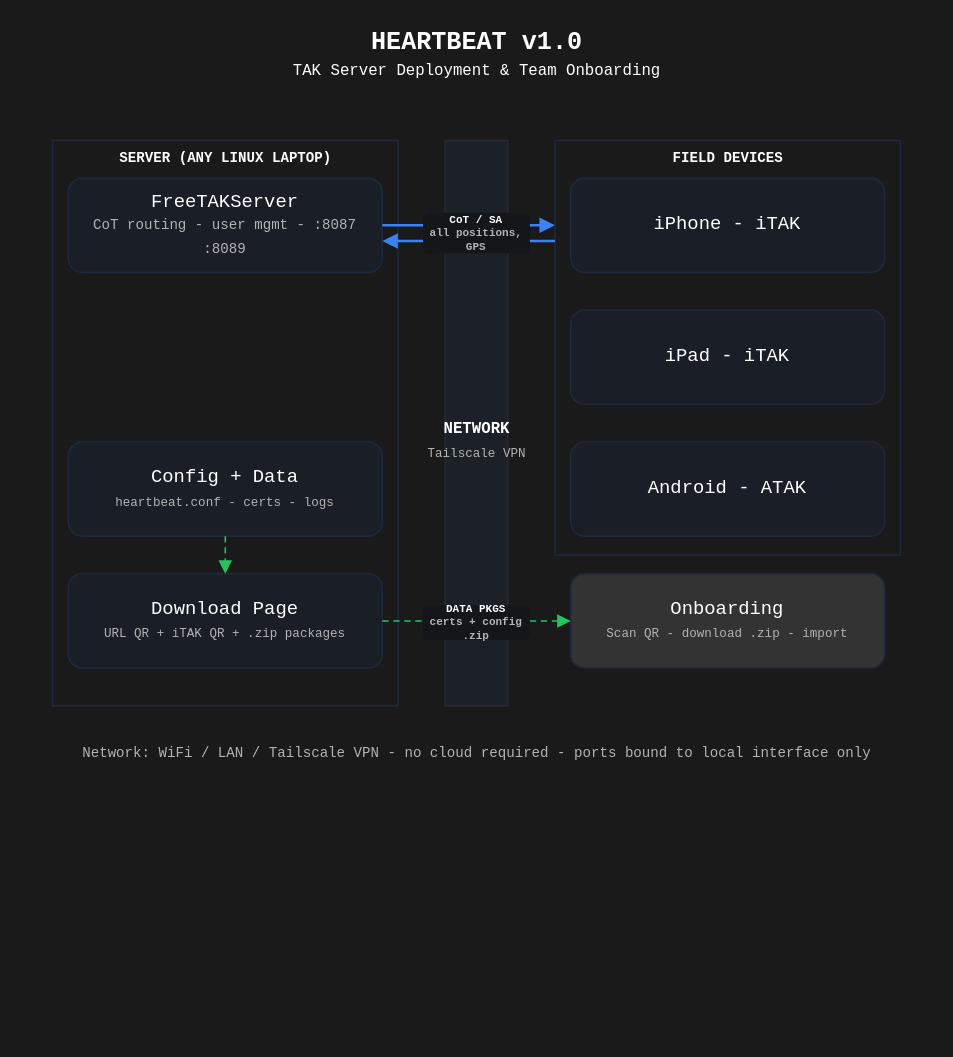
Earlier version of the draw.io diagram page "Page-1" (1 of 2) of docs/architecture/architecture-v2.drawio (fwromano/heartbeat). Source tidied: cells renumbered, new cells numbered last; positions are measured from the earlier drawing's top-left corner, leaving out a move shared by most shapes. Both pictures are drawn from the tidied source at 157%, with x=0, y=0 at pixel (52, 27).
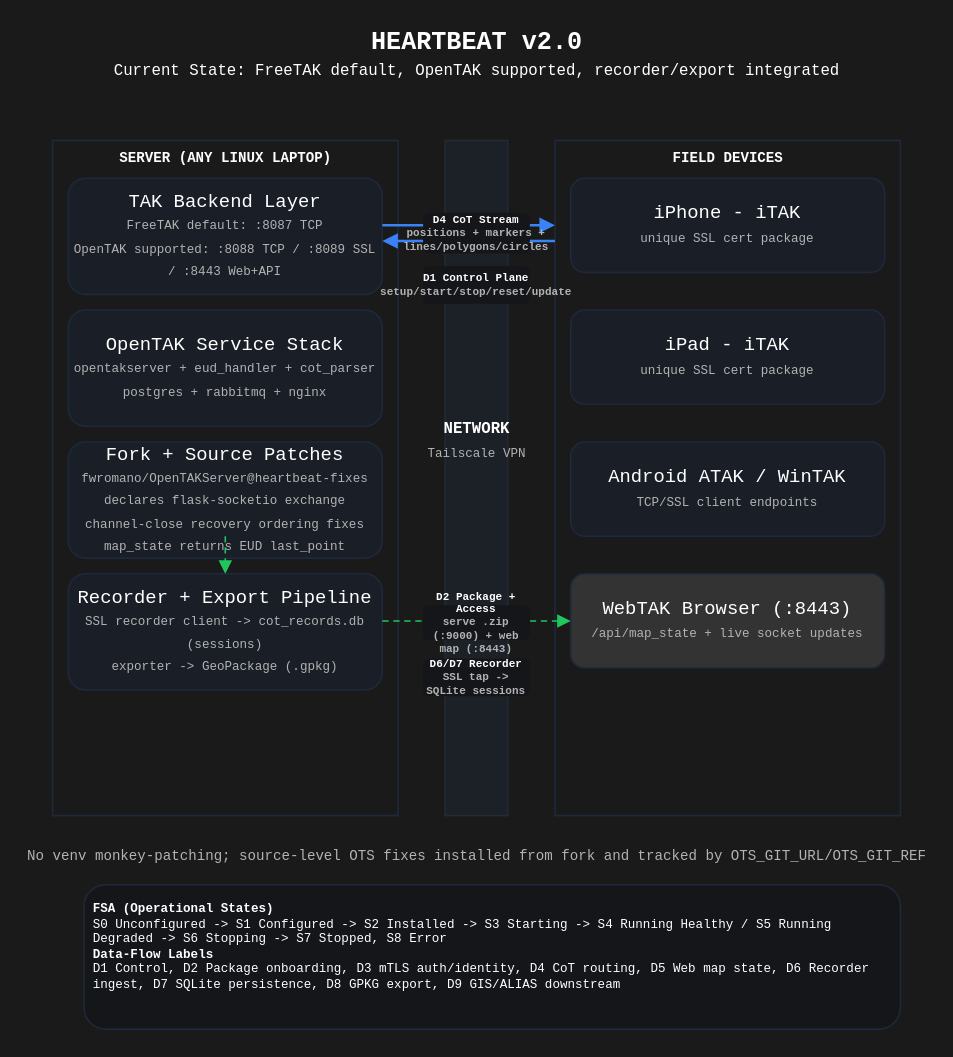
The same page after the edit.

Diff of the diagram source:
```diff
@@
-    <mxCell id="2" value="HEARTBEAT v1.0" style="text;html=1;align=center;verticalAlign=middle;fontSize=16;fontStyle=1;fontColor=light-dark(#FFFFFF,#2F3842);fontFamily=Courier New;" parent="1" vertex="1">
+    <mxCell id="2" value="HEARTBEAT v2.0" style="text;html=1;align=center;verticalAlign=middle;fontSize=16;fontStyle=1;fontColor=light-dark(#FFFFFF,#2F3842);fontFamily=Courier New;" parent="1" vertex="1">
       <mxGeometry x="170" width="200" height="20" as="geometry" />
     </mxCell>
-    <mxCell id="3" value="TAK Server Deployment &amp;amp; Team Onboarding" style="text;html=1;align=center;verticalAlign=middle;fontSize=10;fontColor=light-dark(#FFFFFF,#2F3842);fontFamily=Courier New;" parent="1" vertex="1">
+    <mxCell id="3" value="Current State: FreeTAK default, OpenTAK supported, recorder/export integrated" style="text;html=1;align=center;verticalAlign=middle;fontSize=10;fontColor=light-dark(#FFFFFF,#2F3842);fontFamily=Courier New;" parent="1" vertex="1">
       <mxGeometry x="120" y="20" width="300" height="16" as="geometry" />
     </mxCell>
     <mxCell id="4" style="rounded=0;whiteSpace=wrap;html=1;strokeColor=#1e293b;fillColor=none;fontColor=light-dark(#FFFFFF,#2F3842);fontFamily=Courier New;" parent="1" vertex="1">
-      <mxGeometry y="72" width="220" height="360" as="geometry" />
+      <mxGeometry y="72" width="220" height="430" as="geometry" />
     </mxCell>
@@
-    <mxCell id="6" value="FreeTAKServer&lt;br&gt;&lt;span style=&quot;font-size: 9px;&quot;&gt;&lt;font style=&quot;color: rgb(179, 179, 179);&quot;&gt;CoT routing - user mgmt - :8087 :8089&lt;/font&gt;&lt;/span&gt;" style="rounded=1;whiteSpace=wrap;html=1;align=center;verticalAlign=middle;fillColor=#1a1e27;strokeColor=#1e293b;fontColor=light-dark(#FFFFFF,#2F3842);fontFamily=Courier New;" parent="1" vertex="1">
-      <mxGeometry x="10" y="96" width="200" height="60" as="geometry" />
+    <mxCell id="6" value="TAK Backend Layer&lt;br&gt;&lt;span style=&quot;font-size: 8px;&quot;&gt;&lt;font style=&quot;color: rgb(179, 179, 179);&quot;&gt;FreeTAK default: :8087 TCP&lt;br&gt;OpenTAK supported: :8088 TCP / :8089 SSL / :8443 Web+API&lt;/font&gt;&lt;/span&gt;" style="rounded=1;whiteSpace=wrap;html=1;align=center;verticalAlign=middle;fillColor=#1a1e27;strokeColor=#1e293b;fontColor=light-dark(#FFFFFF,#2F3842);fontFamily=Courier New;" parent="1" vertex="1">
+      <mxGeometry x="10" y="96" width="200" height="74" as="geometry" />
     </mxCell>
-    <mxCell id="7" value="Config + Data&lt;br&gt;&lt;span style=&quot;font-size: 8px;&quot;&gt;&lt;font style=&quot;color: rgb(179, 179, 179);&quot;&gt;heartbeat.conf - certs - logs&lt;/font&gt;&lt;/span&gt;" style="rounded=1;whiteSpace=wrap;html=1;align=center;verticalAlign=middle;fillColor=#1a1e27;strokeColor=#1e293b;fontColor=light-dark(#FFFFFF,#2F3842);fontFamily=Courier New;" parent="1" vertex="1">
-      <mxGeometry x="10" y="264" width="200" height="60" as="geometry" />
+    <mxCell id="7" value="Fork + Source Patches&lt;br&gt;&lt;span style=&quot;font-size: 8px;&quot;&gt;&lt;font style=&quot;color: rgb(179, 179, 179);&quot;&gt;fwromano/OpenTAKServer@heartbeat-fixes&lt;br&gt;declares flask-socketio exchange&lt;br&gt;channel-close recovery ordering fixes&lt;br&gt;map_state returns EUD last_point&lt;/font&gt;&lt;/span&gt;" style="rounded=1;whiteSpace=wrap;html=1;align=center;verticalAlign=middle;fillColor=#1a1e27;strokeColor=#1e293b;fontColor=light-dark(#FFFFFF,#2F3842);fontFamily=Courier New;" parent="1" vertex="1">
+      <mxGeometry x="10" y="264" width="200" height="74" as="geometry" />
     </mxCell>
-    <mxCell id="8" value="Download Page&lt;br&gt;&lt;span style=&quot;font-size: 8px;&quot;&gt;&lt;font style=&quot;color: rgb(179, 179, 179);&quot;&gt;URL QR + iTAK QR + .zip packages&lt;/font&gt;&lt;/span&gt;" style="rounded=1;whiteSpace=wrap;html=1;align=center;verticalAlign=middle;fillColor=#1a1e27;strokeColor=#1e293b;fontColor=light-dark(#FFFFFF,#2F3842);fontFamily=Courier New;" parent="1" vertex="1">
-      <mxGeometry x="10" y="348" width="200" height="60" as="geometry" />
+    <mxCell id="8" value="Recorder + Export Pipeline&lt;br&gt;&lt;span style=&quot;font-size: 8px;&quot;&gt;&lt;font style=&quot;color: rgb(179, 179, 179);&quot;&gt;SSL recorder client -&gt; cot_records.db (sessions)&lt;br&gt;exporter -&gt; GeoPackage (.gpkg)&lt;/font&gt;&lt;/span&gt;" style="rounded=1;whiteSpace=wrap;html=1;align=center;verticalAlign=middle;fillColor=#1a1e27;strokeColor=#1e293b;fontColor=light-dark(#FFFFFF,#2F3842);fontFamily=Courier New;" parent="1" vertex="1">
+      <mxGeometry x="10" y="348" width="200" height="74" as="geometry" />
     </mxCell>
@@
     <mxCell id="10" style="rounded=0;whiteSpace=wrap;html=1;fillColor=#1e293b;strokeColor=#334155;opacity=40;fontColor=light-dark(#FFFFFF,#2F3842);fontFamily=Courier New;" parent="1" vertex="1">
-      <mxGeometry x="250" y="72" width="40" height="360" as="geometry" />
+      <mxGeometry x="250" y="72" width="40" height="430" as="geometry" />
     </mxCell>
@@
     <mxCell id="13" style="rounded=0;whiteSpace=wrap;html=1;strokeColor=#1e293b;fillColor=none;fontColor=light-dark(#FFFFFF,#2F3842);fontFamily=Courier New;" parent="1" vertex="1">
-      <mxGeometry x="320" y="72" width="220" height="264" as="geometry" />
+      <mxGeometry x="320" y="72" width="220" height="430" as="geometry" />
     </mxCell>
@@
-    <mxCell id="15" value="iPhone - iTAK" style="rounded=1;whiteSpace=wrap;html=1;align=center;verticalAlign=middle;fillColor=#1a1e27;strokeColor=#1e293b;fontColor=light-dark(#FFFFFF,#2F3842);fontFamily=Courier New;" parent="1" vertex="1">
+    <mxCell id="15" value="iPhone - iTAK&lt;br&gt;&lt;span style=&quot;font-size: 8px;&quot;&gt;&lt;font style=&quot;color: rgb(179, 179, 179);&quot;&gt;unique SSL cert package&lt;/font&gt;&lt;/span&gt;" style="rounded=1;whiteSpace=wrap;html=1;align=center;verticalAlign=middle;fillColor=#1a1e27;strokeColor=#1e293b;fontColor=light-dark(#FFFFFF,#2F3842);fontFamily=Courier New;" parent="1" vertex="1">
       <mxGeometry x="330" y="96" width="200" height="60" as="geometry" />
     </mxCell>
-    <mxCell id="16" value="iPad - iTAK" style="rounded=1;whiteSpace=wrap;html=1;align=center;verticalAlign=middle;fillColor=#1a1e27;strokeColor=#1e293b;fontColor=light-dark(#FFFFFF,#2F3842);fontFamily=Courier New;" parent="1" vertex="1">
+    <mxCell id="16" value="iPad - iTAK&lt;br&gt;&lt;span style=&quot;font-size: 8px;&quot;&gt;&lt;font style=&quot;color: rgb(179, 179, 179);&quot;&gt;unique SSL cert package&lt;/font&gt;&lt;/span&gt;" style="rounded=1;whiteSpace=wrap;html=1;align=center;verticalAlign=middle;fillColor=#1a1e27;strokeColor=#1e293b;fontColor=light-dark(#FFFFFF,#2F3842);fontFamily=Courier New;" parent="1" vertex="1">
       <mxGeometry x="330" y="180" width="200" height="60" as="geometry" />
     </mxCell>
-    <mxCell id="17" value="Android - ATAK" style="rounded=1;whiteSpace=wrap;html=1;align=center;verticalAlign=middle;fillColor=#1a1e27;strokeColor=#1e293b;fontColor=light-dark(#FFFFFF,#2F3842);fontFamily=Courier New;" parent="1" vertex="1">
+    <mxCell id="17" value="Android ATAK / WinTAK&lt;br&gt;&lt;span style=&quot;font-size: 8px;&quot;&gt;&lt;font style=&quot;color: rgb(179, 179, 179);&quot;&gt;TCP/SSL client endpoints&lt;/font&gt;&lt;/span&gt;" style="rounded=1;whiteSpace=wrap;html=1;align=center;verticalAlign=middle;fillColor=#1a1e27;strokeColor=#1e293b;fontColor=light-dark(#FFFFFF,#2F3842);fontFamily=Courier New;" parent="1" vertex="1">
       <mxGeometry x="330" y="264" width="200" height="60" as="geometry" />
     </mxCell>
-    <mxCell id="18" value="Onboarding&lt;br&gt;&lt;span style=&quot;font-size: 8px;&quot;&gt;&lt;font style=&quot;color: rgb(179, 179, 179);&quot;&gt;Scan QR - download .zip - import&lt;/font&gt;&lt;/span&gt;" style="rounded=1;whiteSpace=wrap;html=1;align=center;verticalAlign=middle;fillColor=#333333;strokeColor=#1e293b;fontColor=light-dark(#FFFFFF,#2F3842);fontFamily=Courier New;" parent="1" vertex="1">
+    <mxCell id="18" value="WebTAK Browser (:8443)&lt;br&gt;&lt;span style=&quot;font-size: 8px;&quot;&gt;&lt;font style=&quot;color: rgb(179, 179, 179);&quot;&gt;/api/map_state + live socket updates&lt;/font&gt;&lt;/span&gt;" style="rounded=1;whiteSpace=wrap;html=1;align=center;verticalAlign=middle;fillColor=#333333;strokeColor=#1e293b;fontColor=light-dark(#FFFFFF,#2F3842);fontFamily=Courier New;" parent="1" vertex="1">
       <mxGeometry x="330" y="348" width="200" height="60" as="geometry" />
     </mxCell>
@@
-    <mxCell id="23" value="CoT / SA&lt;div&gt;&lt;font style=&quot;color: rgb(179, 179, 179);&quot;&gt;all positions, GPS&lt;/font&gt;&lt;/div&gt;" style="rounded=1;whiteSpace=wrap;html=1;align=center;verticalAlign=middle;fillColor=#14161a;strokeColor=none;fontSize=7;fontColor=light-dark(#FFFFFF,#2F3842);fontStyle=1;fontFamily=Courier New;" parent="1" vertex="1">
+    <mxCell id="23" value="D4 CoT Stream&lt;div&gt;&lt;font style=&quot;color: rgb(179, 179, 179);&quot;&gt;positions + markers + lines/polygons/circles&lt;/font&gt;&lt;/div&gt;" style="rounded=1;whiteSpace=wrap;html=1;align=center;verticalAlign=middle;fillColor=#14161a;strokeColor=none;fontSize=7;fontColor=light-dark(#FFFFFF,#2F3842);fontStyle=1;fontFamily=Courier New;" parent="1" vertex="1">
       <mxGeometry x="236" y="118" width="68" height="26" as="geometry" />
     </mxCell>
@@
-    <mxCell id="26" value="DATA PKGS&lt;div&gt;&lt;font style=&quot;color: rgb(179, 179, 179);&quot;&gt;certs + config .zip&lt;/font&gt;&lt;/div&gt;" style="rounded=1;whiteSpace=wrap;html=1;align=center;verticalAlign=middle;fillColor=#14161a;strokeColor=none;fontSize=7;fontColor=light-dark(#FFFFFF,#2F3842);fontStyle=1;fontFamily=Courier New;" parent="1" vertex="1">
+    <mxCell id="26" value="D2 Package + Access&lt;div&gt;&lt;font style=&quot;color: rgb(179, 179, 179);&quot;&gt;serve .zip (:9000) + web map (:8443)&lt;/font&gt;&lt;/div&gt;" style="rounded=1;whiteSpace=wrap;html=1;align=center;verticalAlign=middle;fillColor=#14161a;strokeColor=none;fontSize=7;fontColor=light-dark(#FFFFFF,#2F3842);fontStyle=1;fontFamily=Courier New;" parent="1" vertex="1">
       <mxGeometry x="236" y="368" width="68" height="22" as="geometry" />
     </mxCell>
-    <mxCell id="27" value="&lt;font style=&quot;color: rgb(179, 179, 179);&quot;&gt;Network: WiFi / LAN / Tailscale VPN - no cloud required - ports bound to local interface only&lt;/font&gt;" style="text;html=1;align=center;verticalAlign=middle;fontSize=9;fontColor=light-dark(#FFFFFF,#2F3842);fontFamily=Courier New;" parent="1" vertex="1">
-      <mxGeometry x="20" y="455" width="500" height="16" as="geometry" />
+    <mxCell id="27" value="&lt;font style=&quot;color: rgb(179, 179, 179);&quot;&gt;No venv monkey-patching; source-level OTS fixes installed from fork and tracked by OTS_GIT_URL/OTS_GIT_REF&lt;/font&gt;" style="text;html=1;align=center;verticalAlign=middle;fontSize=9;fontColor=light-dark(#FFFFFF,#2F3842);fontFamily=Courier New;" parent="1" vertex="1">
+      <mxGeometry x="20" y="520" width="500" height="18" as="geometry" />
     </mxCell>
+    <mxCell id="28" value="OpenTAK Service Stack&lt;br&gt;&lt;span style=&quot;font-size: 8px;&quot;&gt;&lt;font style=&quot;color: rgb(179, 179, 179);&quot;&gt;opentakserver + eud_handler + cot_parser&lt;br&gt;postgres + rabbitmq + nginx&lt;/font&gt;&lt;/span&gt;" style="rounded=1;whiteSpace=wrap;html=1;align=center;verticalAlign=middle;fillColor=#1a1e27;strokeColor=#1e293b;fontColor=light-dark(#FFFFFF,#2F3842);fontFamily=Courier New;" parent="1" vertex="1">
+      <mxGeometry x="10" y="180" width="200" height="74" as="geometry" />
+    </mxCell>
+    <mxCell id="29" value="D1 Control Plane&lt;div&gt;&lt;font style=&quot;color: rgb(179, 179, 179);&quot;&gt;setup/start/stop/reset/update&lt;/font&gt;&lt;/div&gt;" style="rounded=1;whiteSpace=wrap;html=1;align=center;verticalAlign=middle;fillColor=#14161a;strokeColor=none;fontSize=7;fontColor=light-dark(#FFFFFF,#2F3842);fontStyle=1;fontFamily=Courier New;" parent="1" vertex="1">
+      <mxGeometry x="236" y="152" width="68" height="24" as="geometry" />
+    </mxCell>
+    <mxCell id="30" value="D6/D7 Recorder&lt;div&gt;&lt;font style=&quot;color: rgb(179, 179, 179);&quot;&gt;SSL tap -&gt; SQLite sessions&lt;/font&gt;&lt;/div&gt;" style="rounded=1;whiteSpace=wrap;html=1;align=center;verticalAlign=middle;fillColor=#14161a;strokeColor=none;fontSize=7;fontColor=light-dark(#FFFFFF,#2F3842);fontStyle=1;fontFamily=Courier New;" parent="1" vertex="1">
+      <mxGeometry x="236" y="402" width="68" height="24" as="geometry" />
+    </mxCell>
+    <mxCell id="31" value="&lt;b&gt;FSA (Operational States)&lt;/b&gt;&lt;br&gt;S0 Unconfigured -&gt; S1 Configured -&gt; S2 Installed -&gt; S3 Starting -&gt; S4 Running Healthy / S5 Running Degraded -&gt; S6 Stopping -&gt; S7 Stopped, S8 Error&lt;br&gt;&lt;b&gt;Data-Flow Labels&lt;/b&gt;&lt;br&gt;D1 Control, D2 Package onboarding, D3 mTLS auth/identity, D4 CoT routing, D5 Web map state, D6 Recorder ingest, D7 SQLite persistence, D8 GPKG export, D9 GIS/ALIAS downstream" style="rounded=1;whiteSpace=wrap;html=1;align=left;verticalAlign=top;fillColor=#14161a;strokeColor=#1e293b;fontSize=8;fontColor=light-dark(#FFFFFF,#2F3842);fontFamily=Courier New;spacing=6;" parent="1" vertex="1">
+      <mxGeometry x="20" y="546" width="520" height="92" as="geometry" />
+    </mxCell>
```
